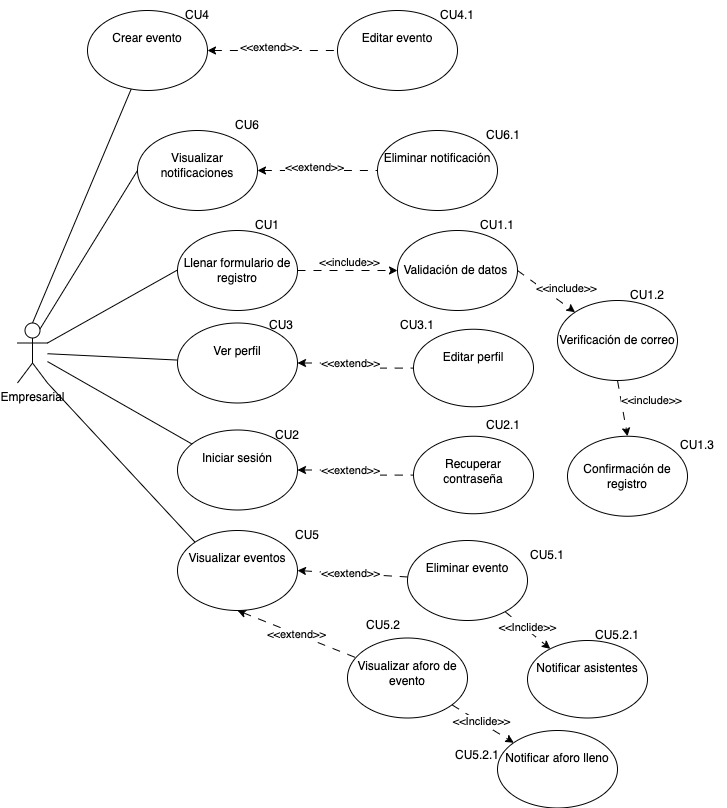
Earlier version of the draw.io export Diagramas_caso_de_uso/caso_uso_empresarial.png (EnriqueCons/conFIA). Source tidied: cells renumbered, new cells last; positions are measured from the earlier drawing's top-left corner, leaving out a move shared by most shapes.
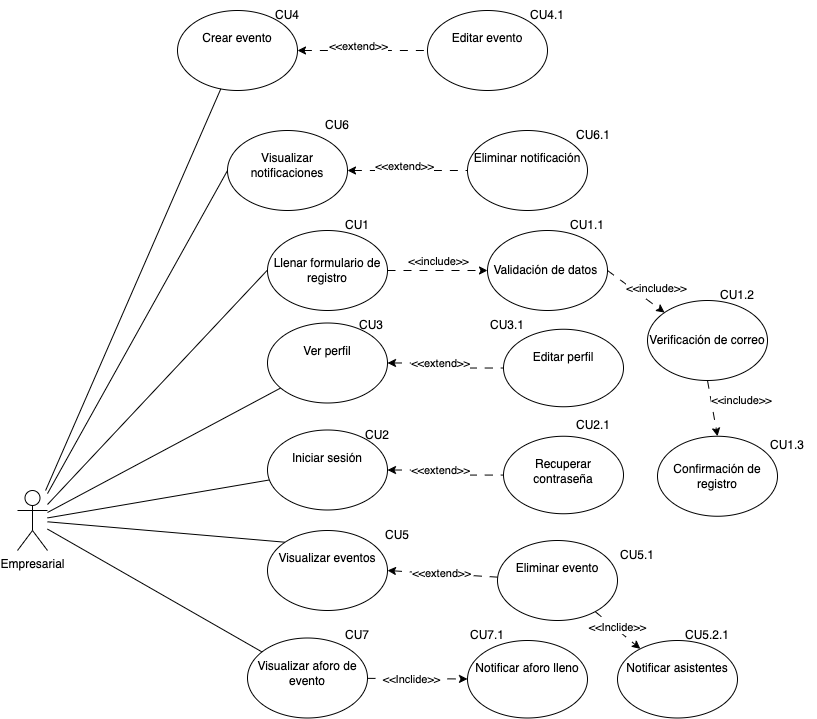
Above is the later version.

What changed in the source:
```diff
@@ -8,11 +8,11 @@
     <mxCell id="3" value="&amp;lt;&amp;lt;extend&amp;gt;&amp;gt;" style="edgeLabel;html=1;align=center;verticalAlign=middle;" parent="2" vertex="1">
       <mxGeometry x="-0.03" y="1" relative="1" as="geometry" />
     </mxCell>
-    <mxCell id="4" style="rounded=0;jettySize=auto;html=1;exitX=1;exitY=1;exitDx=0;exitDy=0;exitPerimeter=0;entryX=0;entryY=0;entryDx=0;entryDy=0;endArrow=none;endFill=0;" parent="1" edge="1" source="5" target="34">
+    <mxCell id="4" style="rounded=0;jettySize=auto;html=1;entryX=0;entryY=0;entryDx=0;entryDy=0;endArrow=none;endFill=0;" parent="1" edge="1" source="5" target="34">
       <mxGeometry relative="1" as="geometry" />
     </mxCell>
     <mxCell id="5" value="Empresarial" style="shape=umlActor;verticalLabelPosition=bottom;verticalAlign=top;html=1;outlineConnect=0;" parent="1" vertex="1">
-      <mxGeometry y="322.5" width="30" height="60" as="geometry" />
+      <mxGeometry x="-90" y="490" width="30" height="60" as="geometry" />
     </mxCell>
     <mxCell id="6" style="rounded=0;jettySize=auto;html=1;dashed=1;dashPattern=8 8;" parent="1" edge="1" source="8" target="9">
       <mxGeometry relative="1" as="geometry" />
@@ -28,12 +28,9 @@
     <mxCell id="9" value="&lt;div&gt;&lt;br&gt;&lt;/div&gt;&lt;div&gt;&lt;span style=&quot;background-color: initial;&quot;&gt;Notificar asistentes&lt;/span&gt;&lt;br&gt;&lt;/div&gt;" style="ellipse;whiteSpace=wrap;html=1;verticalAlign=top;align=center;" parent="1" vertex="1">
       <mxGeometry x="510" y="640" width="120" height="77.5" as="geometry" />
     </mxCell>
-    <mxCell id="10" style="rounded=0;jettySize=auto;html=1;endArrow=none;endFill=0;exitX=0.5;exitY=1;exitDx=0;exitDy=0;startArrow=classic;startFill=1;dashed=1;dashPattern=8 8;" parent="1" edge="1" source="34" target="14">
+    <mxCell id="10" style="rounded=0;jettySize=auto;html=1;endArrow=none;endFill=0;startArrow=none;startFill=0;" parent="1" edge="1" source="5" target="14">
       <mxGeometry relative="1" as="geometry" />
     </mxCell>
-    <mxCell id="11" value="&amp;lt;&amp;lt;extend&amp;gt;&amp;gt;" style="edgeLabel;html=1;align=center;verticalAlign=middle;" parent="10" vertex="1">
-      <mxGeometry x="-0.01" relative="1" as="geometry" />
-    </mxCell>
     <mxCell id="12" style="rounded=0;jettySize=auto;html=1;dashed=1;dashPattern=8 8;" parent="1" edge="1" source="14" target="15">
       <mxGeometry relative="1" as="geometry" />
     </mxCell>
@@ -43,12 +40,12 @@
       </mxGeometry>
     </mxCell>
     <mxCell id="14" value="&lt;div&gt;&lt;br&gt;&lt;/div&gt;&lt;div&gt;&lt;span style=&quot;background-color: initial;&quot;&gt;Visualizar aforo de evento&lt;/span&gt;&lt;br&gt;&lt;/div&gt;" style="ellipse;whiteSpace=wrap;html=1;verticalAlign=top;align=center;" parent="1" vertex="1">
-      <mxGeometry x="330" y="637.5" width="120" height="80" as="geometry" />
+      <mxGeometry x="140" y="637.5" width="120" height="80" as="geometry" />
     </mxCell>
     <mxCell id="15" value="&lt;div&gt;&lt;br&gt;&lt;/div&gt;&lt;div&gt;&lt;span style=&quot;background-color: initial;&quot;&gt;Notificar aforo lleno&lt;/span&gt;&lt;br&gt;&lt;/div&gt;" style="ellipse;whiteSpace=wrap;html=1;verticalAlign=top;align=center;" parent="1" vertex="1">
-      <mxGeometry x="480" y="730" width="120" height="77.5" as="geometry" />
+      <mxGeometry x="360" y="640" width="120" height="77.5" as="geometry" />
     </mxCell>
-    <mxCell id="16" style="endArrow=none;html=1;rounded=0;exitX=1;exitY=0.3333333333333333;exitDx=0;exitDy=0;exitPerimeter=0;endFill=0;" parent="1" edge="1" source="5">
+    <mxCell id="16" style="endArrow=none;html=1;rounded=0;endFill=0;" parent="1" edge="1" source="5">
       <mxGeometry relative="1" as="geometry">
         <mxPoint x="160" y="269.5" as="targetPoint" />
       </mxGeometry>
@@ -124,7 +121,7 @@
     <mxCell id="37" value="&lt;div&gt;&lt;br&gt;&lt;/div&gt;&lt;div&gt;Visualizar notificaciones&lt;/div&gt;" style="ellipse;whiteSpace=wrap;html=1;verticalAlign=top;align=center;" parent="1" vertex="1">
       <mxGeometry x="120" y="130" width="120" height="80" as="geometry" />
     </mxCell>
-    <mxCell id="38" style="rounded=0;jettySize=auto;html=1;exitX=0;exitY=0.5;exitDx=0;exitDy=0;entryX=0.75;entryY=0.1;entryDx=0;entryDy=0;entryPerimeter=0;endArrow=none;endFill=0;" parent="1" edge="1" source="37" target="5">
+    <mxCell id="38" style="rounded=0;jettySize=auto;html=1;exitX=0;exitY=0.5;exitDx=0;exitDy=0;endArrow=none;endFill=0;" parent="1" edge="1" source="37" target="5">
       <mxGeometry relative="1" as="geometry" />
     </mxCell>
     <mxCell id="39" value="&lt;div&gt;&lt;br&gt;&lt;/div&gt;&lt;div&gt;&lt;span style=&quot;background-color: initial;&quot;&gt;Eliminar notificación&lt;/span&gt;&lt;br&gt;&lt;/div&gt;" style="ellipse;whiteSpace=wrap;html=1;verticalAlign=top;align=center;" parent="1" vertex="1">
@@ -133,7 +130,7 @@
     <mxCell id="40" value="&lt;div&gt;&lt;br&gt;&lt;/div&gt;&lt;div&gt;Crear evento&lt;/div&gt;" style="ellipse;whiteSpace=wrap;html=1;verticalAlign=top;align=center;" parent="1" vertex="1">
       <mxGeometry x="70" y="10" width="120" height="80" as="geometry" />
     </mxCell>
-    <mxCell id="41" style="rounded=0;jettySize=auto;html=1;entryX=0.5;entryY=0;entryDx=0;entryDy=0;entryPerimeter=0;endArrow=none;endFill=0;" parent="1" edge="1" source="40" target="5">
+    <mxCell id="41" style="rounded=0;jettySize=auto;html=1;endArrow=none;endFill=0;" parent="1" edge="1" source="40" target="5">
       <mxGeometry relative="1" as="geometry" />
     </mxCell>
     <mxCell id="42" style="edgeStyle=orthogonalEdgeStyle;rounded=0;jettySize=auto;html=1;dashed=1;dashPattern=8 8;endArrow=none;endFill=0;startArrow=classic;startFill=1;exitX=1;exitY=0.5;exitDx=0;exitDy=0;" parent="1" edge="1" source="40" target="44">
@@ -192,14 +189,14 @@
     <mxCell id="59" value="CU5.1" style="text;html=1;align=center;verticalAlign=middle;whiteSpace=wrap;rounded=0;" parent="1" vertex="1">
       <mxGeometry x="500" y="540" width="60" height="30" as="geometry" />
     </mxCell>
-    <mxCell id="60" value="CU5.2" style="text;html=1;align=center;verticalAlign=middle;whiteSpace=wrap;rounded=0;" parent="1" vertex="1">
-      <mxGeometry x="336" y="610" width="60" height="30" as="geometry" />
+    <mxCell id="60" value="CU7" style="text;html=1;align=center;verticalAlign=middle;whiteSpace=wrap;rounded=0;" parent="1" vertex="1">
+      <mxGeometry x="220" y="620" width="60" height="30" as="geometry" />
     </mxCell>
     <mxCell id="61" value="CU5.2.1" style="text;html=1;align=center;verticalAlign=middle;whiteSpace=wrap;rounded=0;" parent="1" vertex="1">
       <mxGeometry x="570" y="620" width="60" height="30" as="geometry" />
     </mxCell>
-    <mxCell id="62" value="CU5.2.1" style="text;html=1;align=center;verticalAlign=middle;whiteSpace=wrap;rounded=0;" parent="1" vertex="1">
-      <mxGeometry x="430" y="740" width="60" height="30" as="geometry" />
+    <mxCell id="62" value="CU7.1" style="text;html=1;align=center;verticalAlign=middle;whiteSpace=wrap;rounded=0;" parent="1" vertex="1">
+      <mxGeometry x="350" y="620" width="60" height="30" as="geometry" />
     </mxCell>
     <mxCell id="63" value="CU6" style="text;html=1;align=center;verticalAlign=middle;whiteSpace=wrap;rounded=0;" parent="1" vertex="1">
       <mxGeometry x="200" y="110" width="60" height="30" as="geometry" />
```
